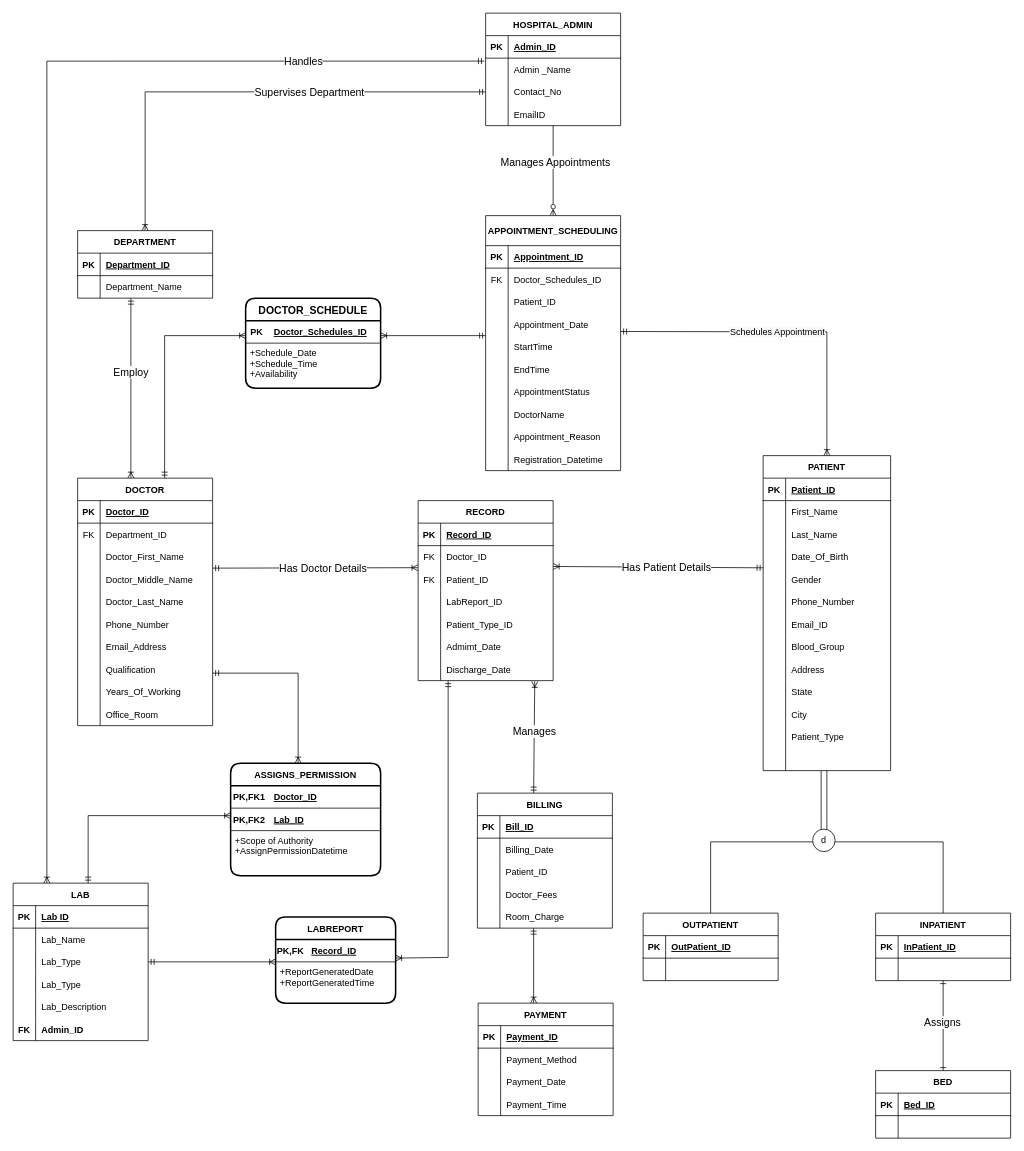
Before: Untitled Diagram.drawio in KashyapKompella/DAMG6210_HospitalManagementDatabase, a draw.io diagram. Source tidied: cells renumbered, new cells numbered last; positions are measured from the earlier drawing's top-left corner, leaving out a move shared by most shapes. Both pictures are drawn from the tidied source at 75%, with x=0, y=0 at pixel (13, 13).
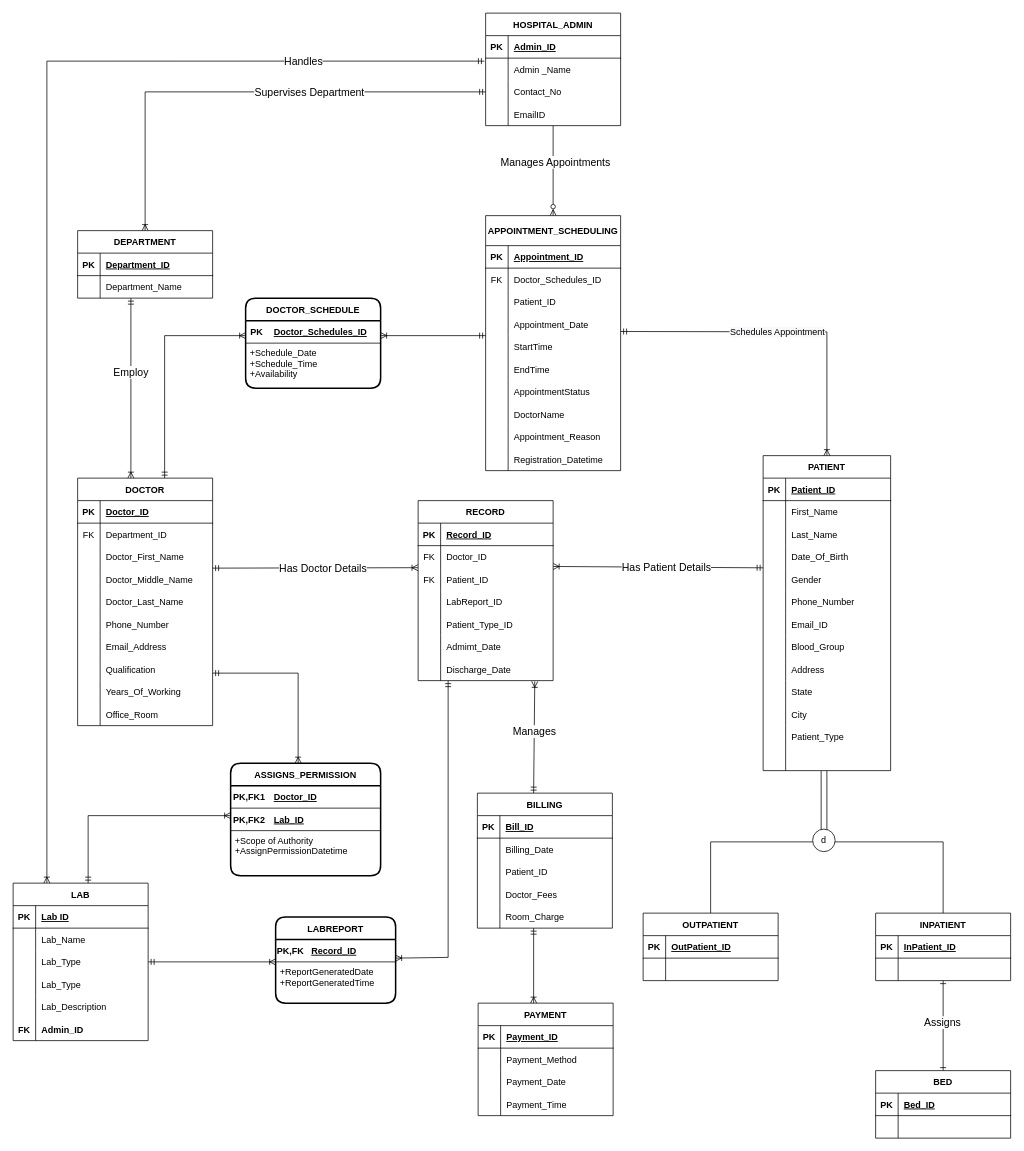
After the change.

Commit message:
Update ERD after review v1.drawio

What changed in the source:
```diff
@@
-    <mxCell id="254" value="DOCTOR_SCHEDULE" style="swimlane;horizontal=1;startSize=30;rounded=1;fontSize=14;fontStyle=1;strokeWidth=2;shadow=0;dashed=0;align=center;" parent="1" vertex="1">
+    <mxCell id="254" value="DOCTOR_SCHEDULE" style="swimlane;horizontal=1;startSize=30;rounded=1;fontSize=12;fontStyle=1;strokeWidth=2;shadow=0;dashed=0;align=center;" parent="1" vertex="1">
       <mxGeometry x="310" y="380" width="180" height="120" as="geometry" />
     </mxCell>
```
